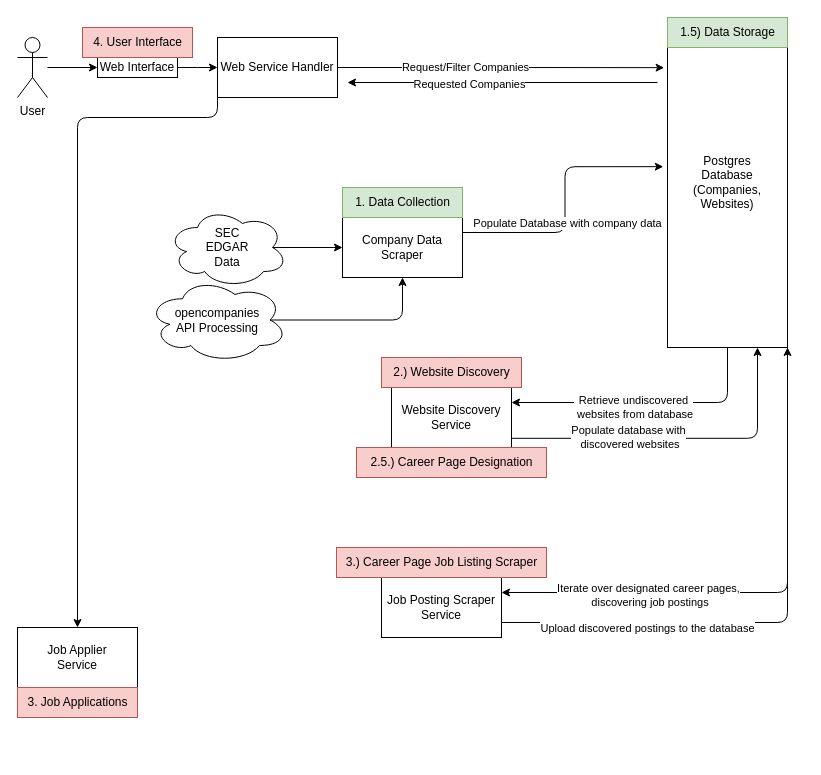
Before: system_diagram.drawio in EatonWu/search_and_apply, a draw.io diagram. Source tidied: cells renumbered, new cells numbered last; positions are measured from the earlier drawing's top-left corner, leaving out a move shared by most shapes. Both pictures are drawn from the tidied source at 100%, with x=0, y=0 at pixel (17, 17).
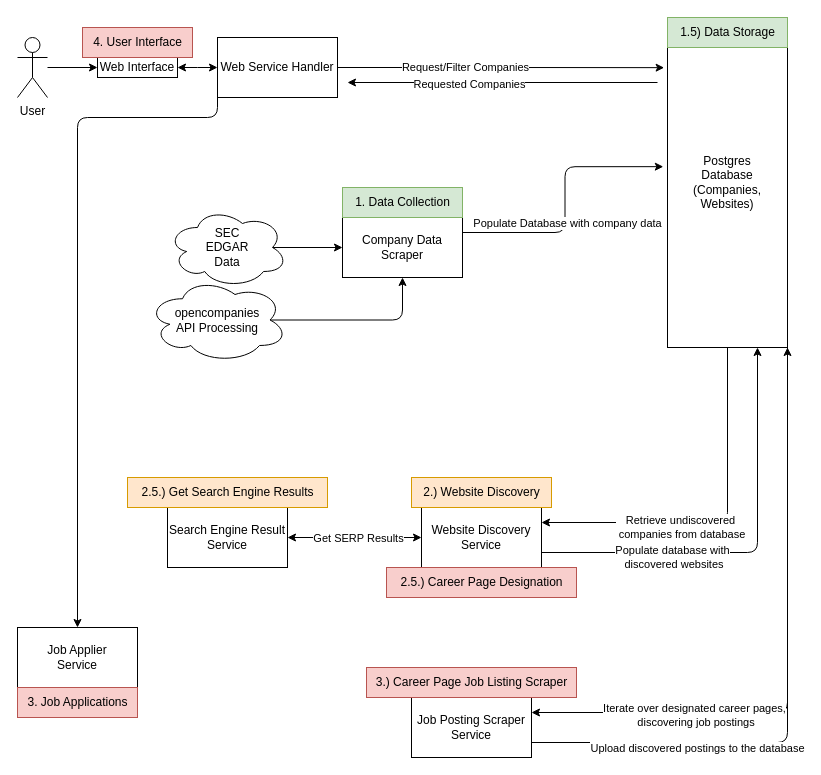
The same diagram, later.

The change refers to these unchanged cells:
```xml
<mxCell id="3" value="Web Interface" style="rounded=0;whiteSpace=wrap;html=1;" parent="1" vertex="1">
  <mxGeometry x="80" y="40" width="80" height="20" as="geometry" />
</mxCell>
<mxCell id="8" style="edgeStyle=orthogonalEdgeStyle;jettySize=auto;html=1;exitX=0.5;exitY=1;exitDx=0;exitDy=0;entryX=1;entryY=0.25;entryDx=0;entryDy=0;" parent="1" edge="1" source="12" target="18">
  <mxGeometry relative="1" as="geometry" />
</mxCell>
<mxCell id="12" value="Postgres&lt;br&gt;Database&lt;br&gt;(Companies, Websites)" style="rounded=0;whiteSpace=wrap;html=1;" parent="1" vertex="1">
  <mxGeometry x="650" width="120" height="330" as="geometry" />
</mxCell>
```

Diff of the diagram source:
```diff
@@
-    <mxCell id="2" style="edgeStyle=orthogonalEdgeStyle;rounded=0;jettySize=auto;html=1;exitX=1;exitY=0.5;exitDx=0;exitDy=0;entryX=0;entryY=0.5;entryDx=0;entryDy=0;entryPerimeter=0;" parent="1" edge="1" source="3">
+    <mxCell id="2" style="edgeStyle=orthogonalEdgeStyle;rounded=0;jettySize=auto;html=1;exitX=1;exitY=0.5;exitDx=0;exitDy=0;entryX=0;entryY=0.5;entryDx=0;entryDy=0;entryPerimeter=0;startArrow=classic;startFill=1;" parent="1" edge="1" source="3">
       <mxGeometry relative="1" as="geometry">
         <mxPoint x="200" y="50" as="targetPoint" />
       </mxGeometry>
     </mxCell>
@@
-    <mxCell id="9" value="Retrieve undiscovered&lt;br&gt;&amp;nbsp;websites from database" style="edgeLabel;html=1;align=center;verticalAlign=middle;" parent="8" vertex="1">
+    <mxCell id="9" value="Retrieve undiscovered&lt;br&gt;&amp;nbsp;companies from database" style="edgeLabel;html=1;align=center;verticalAlign=middle;" parent="8" vertex="1">
       <mxGeometry x="0.61" y="4" relative="1" as="geometry">
         <mxPoint x="68" as="offset" />
       </mxGeometry>
     </mxCell>
@@
     <mxCell id="18" value="Website Discovery Service" style="rounded=0;whiteSpace=wrap;html=1;" parent="1" vertex="1">
-      <mxGeometry x="374" y="370" width="120" height="60" as="geometry" />
+      <mxGeometry x="404" y="490" width="120" height="60" as="geometry" />
     </mxCell>
@@
-    <mxCell id="21" style="edgeStyle=orthogonalEdgeStyle;jettySize=auto;html=1;entryX=0.75;entryY=1;entryDx=0;entryDy=0;exitX=1.001;exitY=0.847;exitDx=0;exitDy=0;exitPerimeter=0;" parent="1" edge="1" target="12">
+    <mxCell id="21" style="edgeStyle=orthogonalEdgeStyle;jettySize=auto;html=1;entryX=0.75;entryY=1;entryDx=0;entryDy=0;exitX=1;exitY=0.75;exitDx=0;exitDy=0;" parent="1" edge="1" source="18" target="12">
       <mxGeometry relative="1" as="geometry">
-        <mxPoint x="494" y="420.8" as="sourcePoint" />
         <Array as="points">
-          <mxPoint x="740" y="421" />
+          <mxPoint x="740" y="535" />
         </Array>
       </mxGeometry>
     </mxCell>
     <mxCell id="22" value="Populate database with&lt;br&gt;&amp;nbsp;discovered websites" style="edgeLabel;html=1;align=center;verticalAlign=middle;" parent="21" vertex="1">
       <mxGeometry x="-0.43" y="1" relative="1" as="geometry">
-        <mxPoint x="20" as="offset" />
+        <mxPoint x="10" y="5" as="offset" />
       </mxGeometry>
     </mxCell>
@@
-    <mxCell id="29" value="2.) Website Discovery" style="text;html=1;align=center;verticalAlign=middle;strokeColor=#b85450;fillColor=#f8cecc;" parent="1" vertex="1">
-      <mxGeometry x="364" y="340" width="140" height="30" as="geometry" />
+    <mxCell id="29" value="2.) Website Discovery" style="text;html=1;align=center;verticalAlign=middle;strokeColor=#d79b00;fillColor=#ffe6cc;" parent="1" vertex="1">
+      <mxGeometry x="394" y="460" width="140" height="30" as="geometry" />
     </mxCell>
@@
     <mxCell id="33" value="2.5.) Career Page Designation" style="text;html=1;align=center;verticalAlign=middle;strokeColor=#b85450;fillColor=#f8cecc;" parent="1" vertex="1">
-      <mxGeometry x="339" y="430" width="190" height="30" as="geometry" />
+      <mxGeometry x="369" y="550" width="190" height="30" as="geometry" />
     </mxCell>
@@
     <mxCell id="36" value="Job Posting Scraper Service" style="whiteSpace=wrap;html=1;" parent="1" vertex="1">
-      <mxGeometry x="364" y="560" width="120" height="60" as="geometry" />
+      <mxGeometry x="394" y="680" width="120" height="60" as="geometry" />
     </mxCell>
     <mxCell id="37" value="3.) Career Page Job Listing Scraper" style="text;html=1;align=center;verticalAlign=middle;strokeColor=#b85450;fillColor=#f8cecc;" parent="1" vertex="1">
-      <mxGeometry x="319" y="530" width="210" height="30" as="geometry" />
+      <mxGeometry x="349" y="650" width="210" height="30" as="geometry" />
     </mxCell>
+    <mxCell id="38" style="edgeStyle=orthogonalEdgeStyle;jettySize=auto;html=1;exitX=1;exitY=0.5;exitDx=0;exitDy=0;entryX=0;entryY=0.5;entryDx=0;entryDy=0;startArrow=classic;startFill=1;" parent="1" edge="1" source="40" target="18">
+      <mxGeometry relative="1" as="geometry" />
+    </mxCell>
+    <mxCell id="39" value="Get SERP Results" style="edgeLabel;html=1;align=center;verticalAlign=middle;" parent="38" vertex="1">
+      <mxGeometry x="-0.07" y="4" relative="1" as="geometry">
+        <mxPoint x="8" y="4" as="offset" />
+      </mxGeometry>
+    </mxCell>
+    <mxCell id="40" value="Search Engine Result Service" style="whiteSpace=wrap;html=1;" parent="1" vertex="1">
+      <mxGeometry x="150" y="490" width="120" height="60" as="geometry" />
+    </mxCell>
+    <mxCell id="41" value="2.5.) Get Search Engine Results&lt;br&gt;" style="text;html=1;align=center;verticalAlign=middle;strokeColor=#d79b00;fillColor=#ffe6cc;" parent="1" vertex="1">
+      <mxGeometry x="110" y="460" width="200" height="30" as="geometry" />
+    </mxCell>
```
